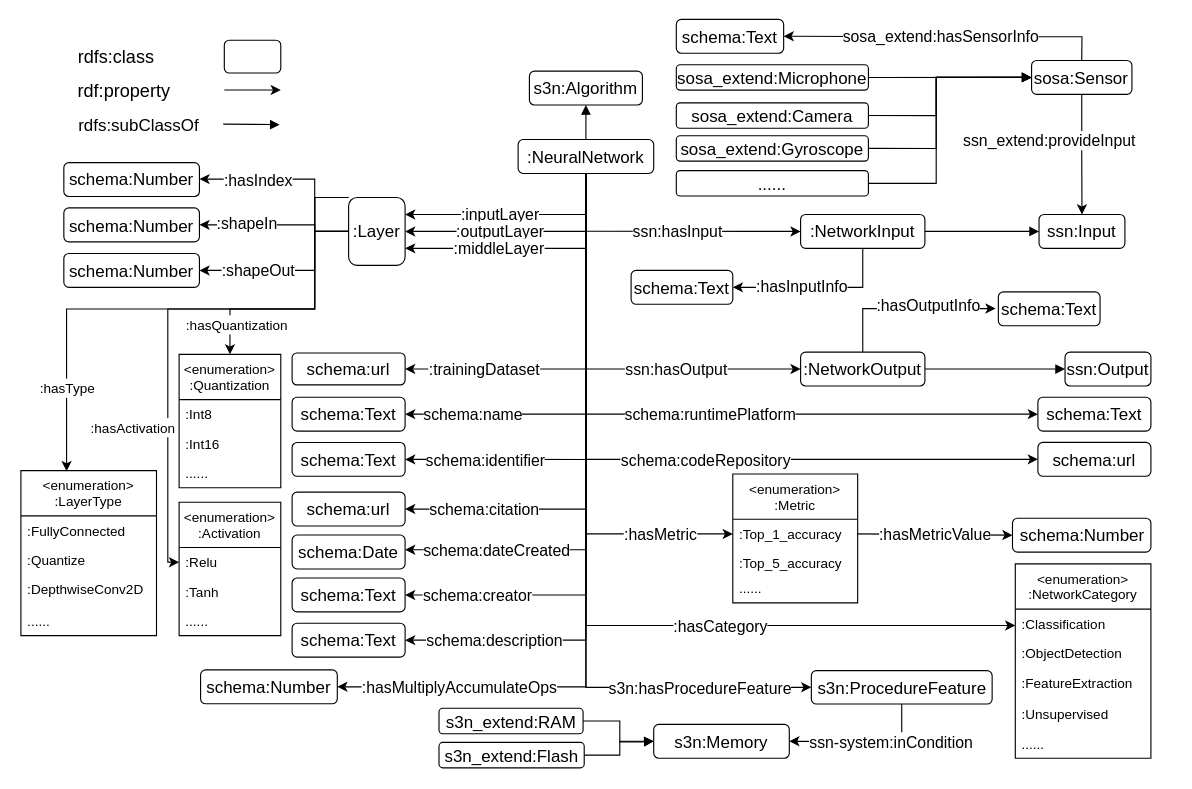
Before: NN_tinyML.drawio in Haoyu-R/appendix, a draw.io diagram. Source tidied: cells renumbered, new cells numbered last; positions are measured from the earlier drawing's top-left corner, leaving out a move shared by most shapes. Both pictures are drawn from the tidied source at 113%, with x=0, y=0 at pixel (20, 19).
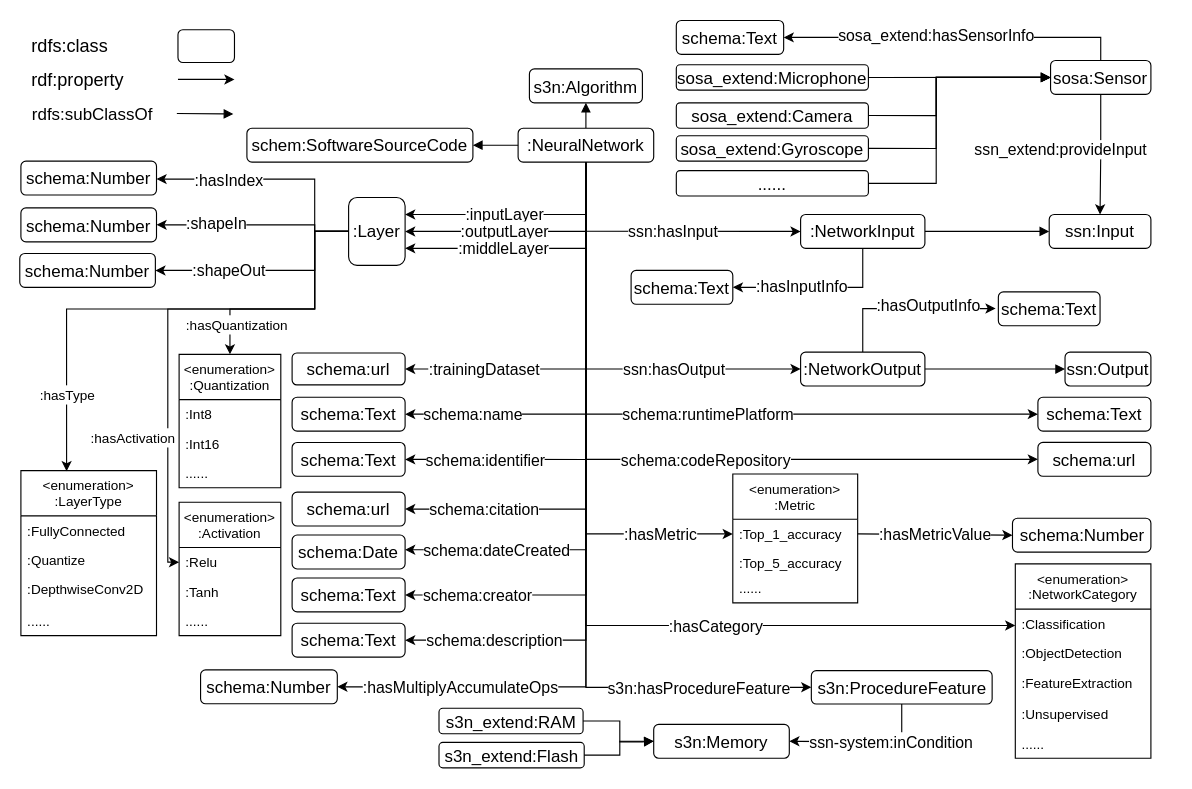
After the change.

The change refers to these unchanged cells:
```xml
<mxCell id="18" value=":Layer" style="rounded=1;whiteSpace=wrap;html=1;fontSize=15;" parent="1" vertex="1">
  <mxGeometry x="290" y="157.3" width="50" height="60" as="geometry" />
</mxCell>
<mxCell id="77" value=":Relu" style="text;strokeColor=none;fillColor=none;align=left;verticalAlign=top;spacingLeft=4;spacingRight=4;overflow=hidden;points=[[0,0.5],[1,0.5]];portConstraint=eastwest;" parent="76" vertex="1">
  <mxGeometry y="40" width="90" height="26" as="geometry" />
</mxCell>
<mxCell id="84" value="&lt;enumeration&gt;&#10;:LayerType" style="swimlane;fontStyle=0;horizontal=1;startSize=40;fillColor=none;" parent="1" vertex="1">
  <mxGeometry y="399" width="120" height="146" as="geometry" />
</mxCell>
<mxCell id="102" style="edgeStyle=orthogonalEdgeStyle;rounded=0;jettySize=auto;html=1;exitX=0.5;exitY=1;exitDx=0;exitDy=0;entryX=0.5;entryY=0;entryDx=0;entryDy=0;fontSize=13;" parent="1" edge="1" source="104" target="28">
  <mxGeometry relative="1" as="geometry" />
</mxCell>
```

What changed in the source:
```diff
@@
     <mxCell id="2" value="s3n:Algorithm" style="rounded=1;whiteSpace=wrap;html=1;fontSize=15;" parent="1" vertex="1">
-      <mxGeometry x="450" y="45.4" width="100" height="30" as="geometry" />
+      <mxGeometry x="450" y="43.5" width="100" height="30" as="geometry" />
     </mxCell>
@@
     <mxCell id="9" style="edgeStyle=orthogonalEdgeStyle;rounded=0;jettySize=auto;html=1;exitX=0.5;exitY=0;exitDx=0;exitDy=0;entryX=0.5;entryY=1;entryDx=0;entryDy=0;fontSize=15;endArrow=block;endFill=1;" parent="1" edge="1" source="12" target="2">
-      <mxGeometry relative="1" as="geometry" />
+      <mxGeometry relative="1" as="geometry">
+        <Array as="points">
+          <mxPoint x="500" y="86" />
+          <mxPoint x="500" y="86" />
+        </Array>
+      </mxGeometry>
     </mxCell>
@@
     <mxCell id="12" value=":NeuralNetwork" style="rounded=1;whiteSpace=wrap;html=1;fontSize=15;" parent="1" vertex="1">
-      <mxGeometry x="440" y="106" width="120" height="30" as="geometry" />
+      <mxGeometry x="440" y="96" width="120" height="30" as="geometry" />
     </mxCell>
@@
-    <mxCell id="14" style="edgeStyle=orthogonalEdgeStyle;rounded=0;jettySize=auto;html=1;exitX=0;exitY=0.5;exitDx=0;exitDy=0;fontSize=14;entryX=0.337;entryY=0.004;entryDx=0;entryDy=0;entryPerimeter=0;" parent="1" edge="1" target="84">
+    <mxCell id="14" style="edgeStyle=orthogonalEdgeStyle;rounded=0;jettySize=auto;html=1;exitX=0;exitY=0.5;exitDx=0;exitDy=0;fontSize=14;entryX=0.337;entryY=0.004;entryDx=0;entryDy=0;entryPerimeter=0;" parent="1" edge="1" source="18" target="84">
       <mxGeometry relative="1" as="geometry">
-        <mxPoint x="290" y="157.3" as="sourcePoint" />
         <Array as="points">
-          <mxPoint x="260" y="157" />
+          <mxPoint x="260" y="187" />
           <mxPoint x="260" y="256" />
           <mxPoint x="40" y="256" />
           <mxPoint x="40" y="400" />
         </Array>
       </mxGeometry>
     </mxCell>
@@
-    <mxCell id="16" style="edgeStyle=orthogonalEdgeStyle;rounded=0;jettySize=auto;html=1;exitX=0;exitY=0.5;exitDx=0;exitDy=0;entryX=0;entryY=0.5;entryDx=0;entryDy=0;fontSize=14;" parent="1" edge="1" target="77">
+    <mxCell id="16" style="edgeStyle=orthogonalEdgeStyle;rounded=0;jettySize=auto;html=1;exitX=0;exitY=0.5;exitDx=0;exitDy=0;entryX=0;entryY=0.5;entryDx=0;entryDy=0;fontSize=14;" parent="1" edge="1" source="18" target="77">
       <mxGeometry relative="1" as="geometry">
-        <mxPoint x="290" y="157.3" as="sourcePoint" />
         <Array as="points">
-          <mxPoint x="260" y="157" />
+          <mxPoint x="260" y="187" />
           <mxPoint x="260" y="256" />
           <mxPoint x="130" y="256" />
           <mxPoint x="130" y="480" />
         </Array>
       </mxGeometry>
     </mxCell>
@@
     <mxCell id="22" style="rounded=1;whiteSpace=wrap;html=1;fontSize=16;" parent="1" vertex="1">
-      <mxGeometry x="180" y="18.1" width="50" height="29" as="geometry" />
+      <mxGeometry x="139" y="8.8" width="50" height="29" as="geometry" />
     </mxCell>
     <mxCell id="23" value="rdfs:class" style="text;html=1;align=center;verticalAlign=middle;strokeColor=none;fontSize=16;" parent="1" vertex="1">
-      <mxGeometry x="44" y="22.6" width="80" height="20" as="geometry" />
+      <mxGeometry x="3" y="13.2" width="80" height="20" as="geometry" />
     </mxCell>
     <mxCell id="24" value="rdf:property" style="text;html=1;align=center;verticalAlign=middle;strokeColor=none;fontSize=16;" parent="1" vertex="1">
-      <mxGeometry x="41" y="52.6" width="100" height="20" as="geometry" />
+      <mxGeometry y="43.2" width="100" height="20" as="geometry" />
     </mxCell>
     <mxCell id="25" style="endArrow=classic;html=1;fontSize=16;" parent="1" edge="1">
       <mxGeometry relative="1" as="geometry">
-        <mxPoint x="180" y="62.1" as="sourcePoint" />
-        <mxPoint x="230" y="62.1" as="targetPoint" />
+        <mxPoint x="139" y="52.8" as="sourcePoint" />
+        <mxPoint x="189" y="52.8" as="targetPoint" />
         <Array as="points">
-          <mxPoint x="190" y="62.1" />
+          <mxPoint x="149" y="52.8" />
         </Array>
       </mxGeometry>
     </mxCell>
     <mxCell id="26" style="endArrow=block;html=1;fontSize=16;endFill=1;" parent="1" edge="1">
       <mxGeometry relative="1" as="geometry">
-        <mxPoint x="179" y="92.3" as="sourcePoint" />
-        <mxPoint x="229" y="92.8" as="targetPoint" />
+        <mxPoint x="138" y="82.9" as="sourcePoint" />
+        <mxPoint x="188" y="83.4" as="targetPoint" />
       </mxGeometry>
     </mxCell>
     <mxCell id="27" value="rdfs:subClassOf" style="text;html=1;align=center;verticalAlign=middle;strokeColor=none;fontSize=15;" parent="1" vertex="1">
-      <mxGeometry x="44" y="82.6" width="120" height="20" as="geometry" />
+      <mxGeometry x="3" y="73.2" width="120" height="20" as="geometry" />
     </mxCell>
     <mxCell id="28" value="ssn:Input" style="rounded=1;whiteSpace=wrap;html=1;fontSize=15;" parent="1" vertex="1">
-      <mxGeometry x="901" y="172.3" width="76" height="30" as="geometry" />
+      <mxGeometry x="910" y="172.3" width="90" height="30" as="geometry" />
     </mxCell>
@@
     <mxCell id="42" value="schema:Number" style="rounded=1;whiteSpace=wrap;html=1;fontSize=15;" parent="1" vertex="1">
-      <mxGeometry x="38" y="166.5" width="120" height="30" as="geometry" />
+      <mxGeometry y="166.5" width="120" height="30" as="geometry" />
     </mxCell>
     <mxCell id="43" value="schema:Number" style="rounded=1;whiteSpace=wrap;html=1;fontSize=15;" parent="1" vertex="1">
-      <mxGeometry x="38" y="206.8" width="120" height="30" as="geometry" />
+      <mxGeometry x="-1" y="206.8" width="120" height="30" as="geometry" />
     </mxCell>
@@
     <mxCell id="46" value="schema:Number" style="rounded=1;whiteSpace=wrap;html=1;fontSize=15;" parent="1" vertex="1">
-      <mxGeometry x="38" y="126.4" width="120" height="30" as="geometry" />
+      <mxGeometry y="125.1" width="120" height="30" as="geometry" />
     </mxCell>
@@
-    <mxCell id="49" style="endArrow=classic;html=1;rounded=0;entryX=1;entryY=0.5;entryDx=0;entryDy=0;exitX=0.5;exitY=0;exitDx=0;exitDy=0;" parent="1" edge="1" source="104" target="51">
-      <mxGeometry x="-0.04" y="-19" relative="1" as="geometry">
-        <Array as="points">
-          <mxPoint x="939" y="15" />
-          <mxPoint x="790" y="15" />
-        </Array>
-        <mxPoint x="7" y="-1" as="offset" />
-      </mxGeometry>
-    </mxCell>
-    <mxCell id="50" value="&lt;font style=&quot;font-size: 14px&quot;&gt;sosa_extend:hasSensorInfo&lt;/font&gt;" style="edgeLabel;html=1;align=center;verticalAlign=middle;fontSize=13;" parent="49" vertex="1">
-      <mxGeometry x="0.03" y="-1" relative="1" as="geometry" />
-    </mxCell>
     <mxCell id="51" value="schema:Text" style="rounded=1;whiteSpace=wrap;html=1;fontSize=15;" parent="1" vertex="1">
-      <mxGeometry x="580" y="-0.4" width="95" height="30" as="geometry" />
+      <mxGeometry x="580" y="0.6" width="95" height="30" as="geometry" />
     </mxCell>
@@
     <mxCell id="103" value="&lt;font style=&quot;font-size: 14px&quot;&gt;ssn_extend:provideInput&lt;/font&gt;" style="edgeLabel;html=1;align=center;verticalAlign=middle;fontSize=13;" parent="102" vertex="1">
       <mxGeometry x="-0.28" y="-2" relative="1" as="geometry">
-        <mxPoint x="-27" y="2" as="offset" />
+        <mxPoint x="-34" y="10" as="offset" />
       </mxGeometry>
     </mxCell>
+    <mxCell id="49" style="edgeStyle=orthogonalEdgeStyle;rounded=0;jettySize=auto;html=1;exitX=0.5;exitY=0;exitDx=0;exitDy=0;entryX=1;entryY=0.5;entryDx=0;entryDy=0;fontSize=14;" parent="1" edge="1" source="104" target="51">
+      <mxGeometry relative="1" as="geometry" />
+    </mxCell>
+    <mxCell id="50" value="&lt;font style=&quot;font-size: 14px&quot;&gt;sosa_extend:hasSensorInfo&lt;/font&gt;" style="edgeLabel;html=1;align=center;verticalAlign=middle;fontSize=14;" parent="49" vertex="1">
+      <mxGeometry x="0.11" y="-2" relative="1" as="geometry" />
+    </mxCell>
     <mxCell id="104" value="sosa:Sensor" style="rounded=1;whiteSpace=wrap;html=1;fontSize=15;" parent="1" vertex="1">
-      <mxGeometry x="894.4" y="36" width="88.8" height="30" as="geometry" />
+      <mxGeometry x="911.2" y="36" width="88.8" height="30" as="geometry" />
     </mxCell>
@@
+    <mxCell id="117" value="schem:SoftwareSourceCode" style="rounded=1;whiteSpace=wrap;html=1;fontSize=15;" parent="1" vertex="1">
+      <mxGeometry x="200" y="96" width="200" height="30" as="geometry" />
+    </mxCell>
+    <mxCell id="118" style="edgeStyle=orthogonalEdgeStyle;rounded=0;jettySize=auto;html=1;exitX=0;exitY=0.5;exitDx=0;exitDy=0;entryX=1;entryY=0.5;entryDx=0;entryDy=0;fontSize=15;endArrow=block;endFill=1;" parent="1" edge="1" source="12" target="117">
+      <mxGeometry relative="1" as="geometry">
+        <Array as="points">
+          <mxPoint x="420" y="111" />
+          <mxPoint x="420" y="111" />
+        </Array>
+      </mxGeometry>
+    </mxCell>
```
